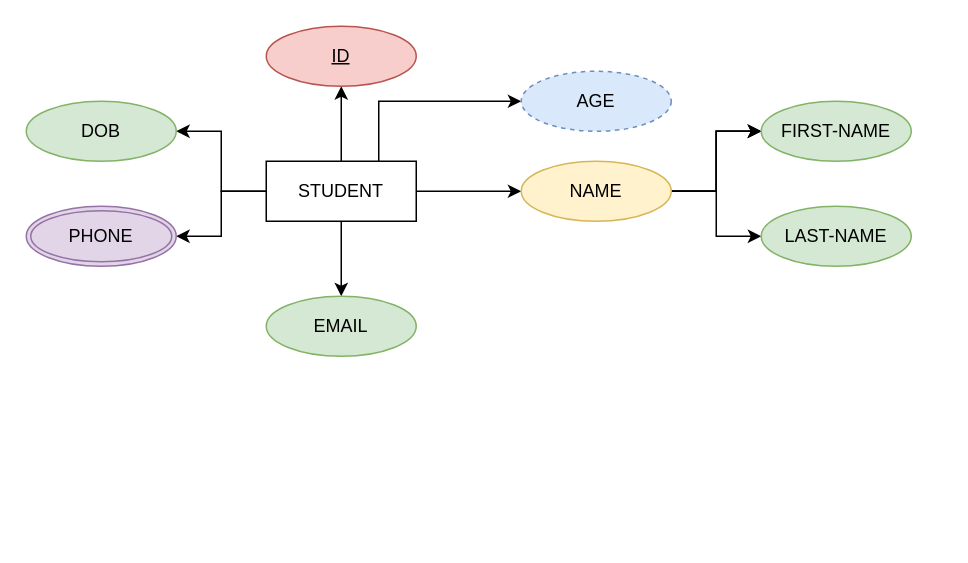
Above: ER-1.drawio in NIKHILSHADOW/BASICS-OF-DBMS (draw.io), before the change. Source tidied: cells renumbered, new cells numbered last; positions are measured from the earlier drawing's top-left corner, leaving out a move shared by most shapes. Both pictures are drawn from the tidied source at 150%, with x=0, y=0 at pixel (26, 26).
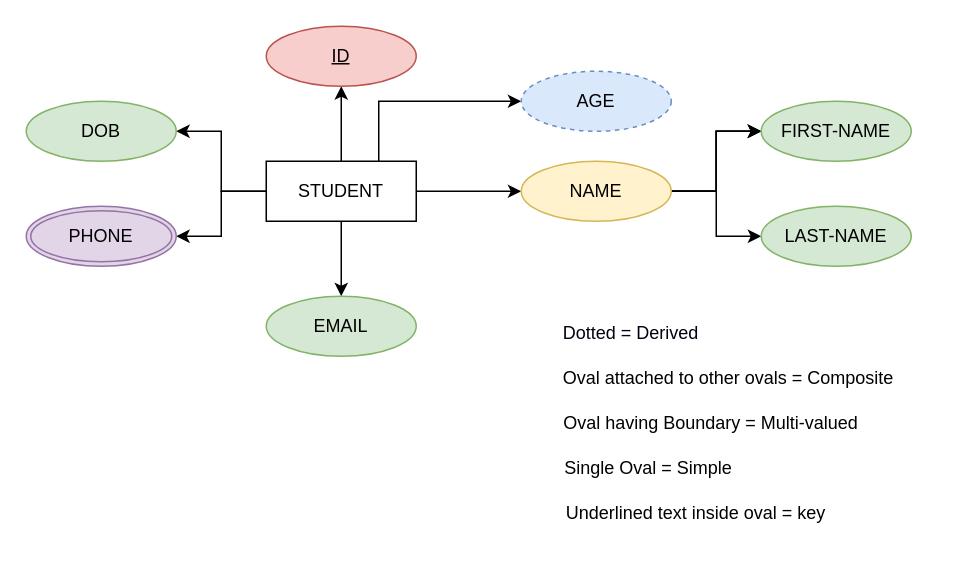
The same diagram, later.

What changed in the source:
```diff
@@
+    <mxCell id="21" value="&lt;font color=&quot;#000111&quot;&gt;Dotted = Derived&amp;nbsp; &amp;nbsp; &amp;nbsp; &amp;nbsp; &amp;nbsp; &amp;nbsp; &amp;nbsp;&lt;/font&gt;" style="text;html=1;strokeColor=none;fillColor=none;align=center;verticalAlign=middle;whiteSpace=wrap;rounded=0;" parent="1" vertex="1">
+      <mxGeometry x="340" y="190" width="170" height="30" as="geometry" />
+    </mxCell>
+    <mxCell id="22" value="Oval attached to other ovals = Composite&amp;nbsp; &amp;nbsp; &amp;nbsp; &amp;nbsp;" style="text;html=1;strokeColor=none;fillColor=none;align=center;verticalAlign=middle;whiteSpace=wrap;rounded=0;" parent="1" vertex="1">
+      <mxGeometry x="350" y="220" width="260" height="30" as="geometry" />
+    </mxCell>
+    <mxCell id="23" value="Oval having Boundary = Multi-valued&amp;nbsp;&amp;nbsp;" style="text;html=1;strokeColor=none;fillColor=none;align=center;verticalAlign=middle;whiteSpace=wrap;rounded=0;" parent="1" vertex="1">
+      <mxGeometry x="340" y="250" width="240" height="30" as="geometry" />
+    </mxCell>
+    <mxCell id="24" value="Single Oval = Simple" style="text;html=1;strokeColor=none;fillColor=none;align=center;verticalAlign=middle;whiteSpace=wrap;rounded=0;" parent="1" vertex="1">
+      <mxGeometry x="320" y="280" width="190" height="30" as="geometry" />
+    </mxCell>
+    <mxCell id="25" value="Underlined text inside oval = key&amp;nbsp; &amp;nbsp; &amp;nbsp;" style="text;html=1;strokeColor=none;fillColor=none;align=center;verticalAlign=middle;whiteSpace=wrap;rounded=0;" parent="1" vertex="1">
+      <mxGeometry x="340" y="310" width="230" height="30" as="geometry" />
+    </mxCell>
```
